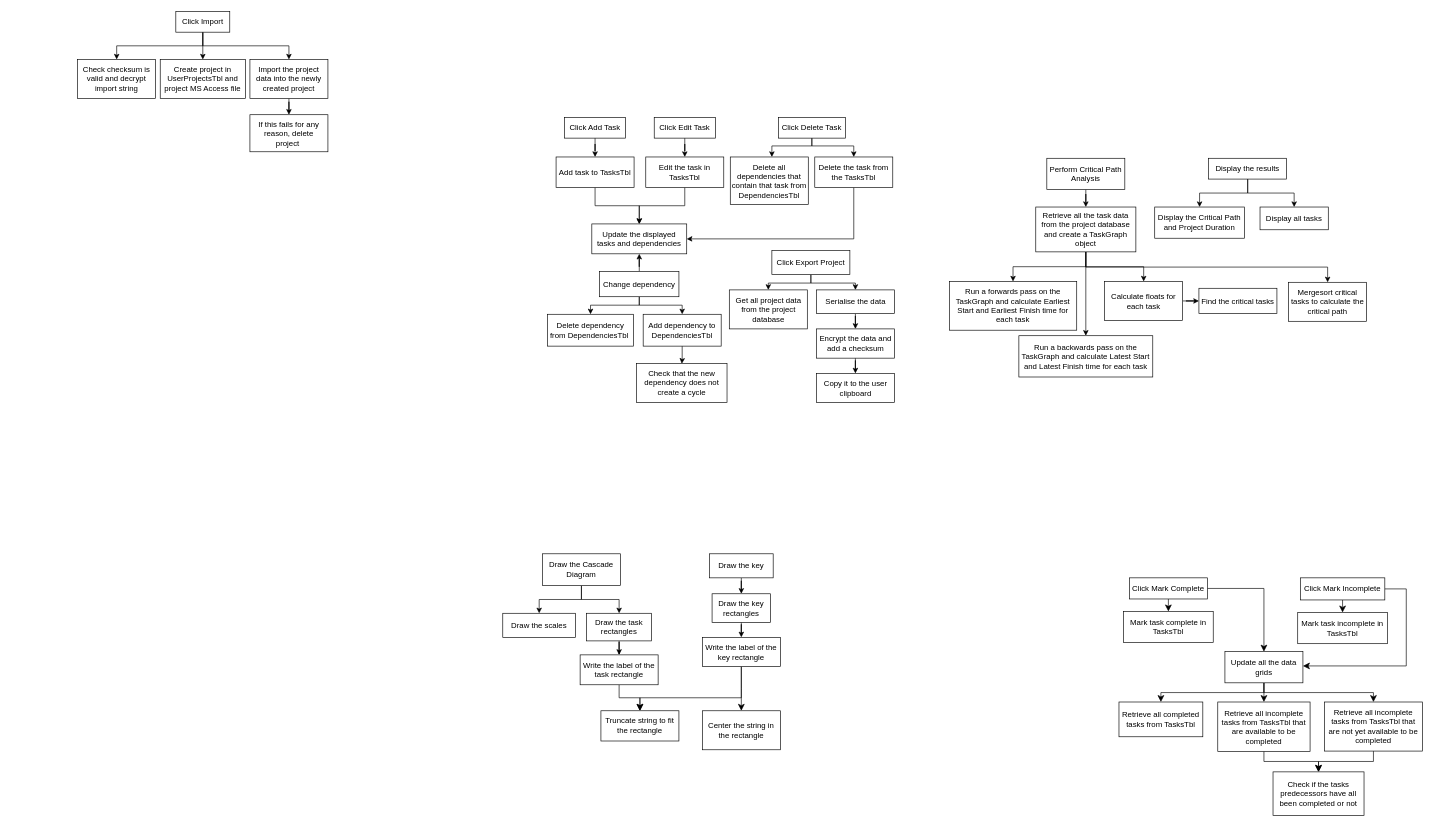
Earlier version of the draw.io diagram page "AbstractHeirarchyChart" (5 of 5) of Diagrams.drawio (Senacen/Critical-Path-Project-Manager-NEA-MS-Access). Source tidied: cells renumbered, new cells numbered last; positions are measured from the earlier drawing's top-left corner, leaving out a move shared by most shapes. Both pictures are drawn from the tidied source at 65%, with x=0, y=0 at pixel (77, 11).
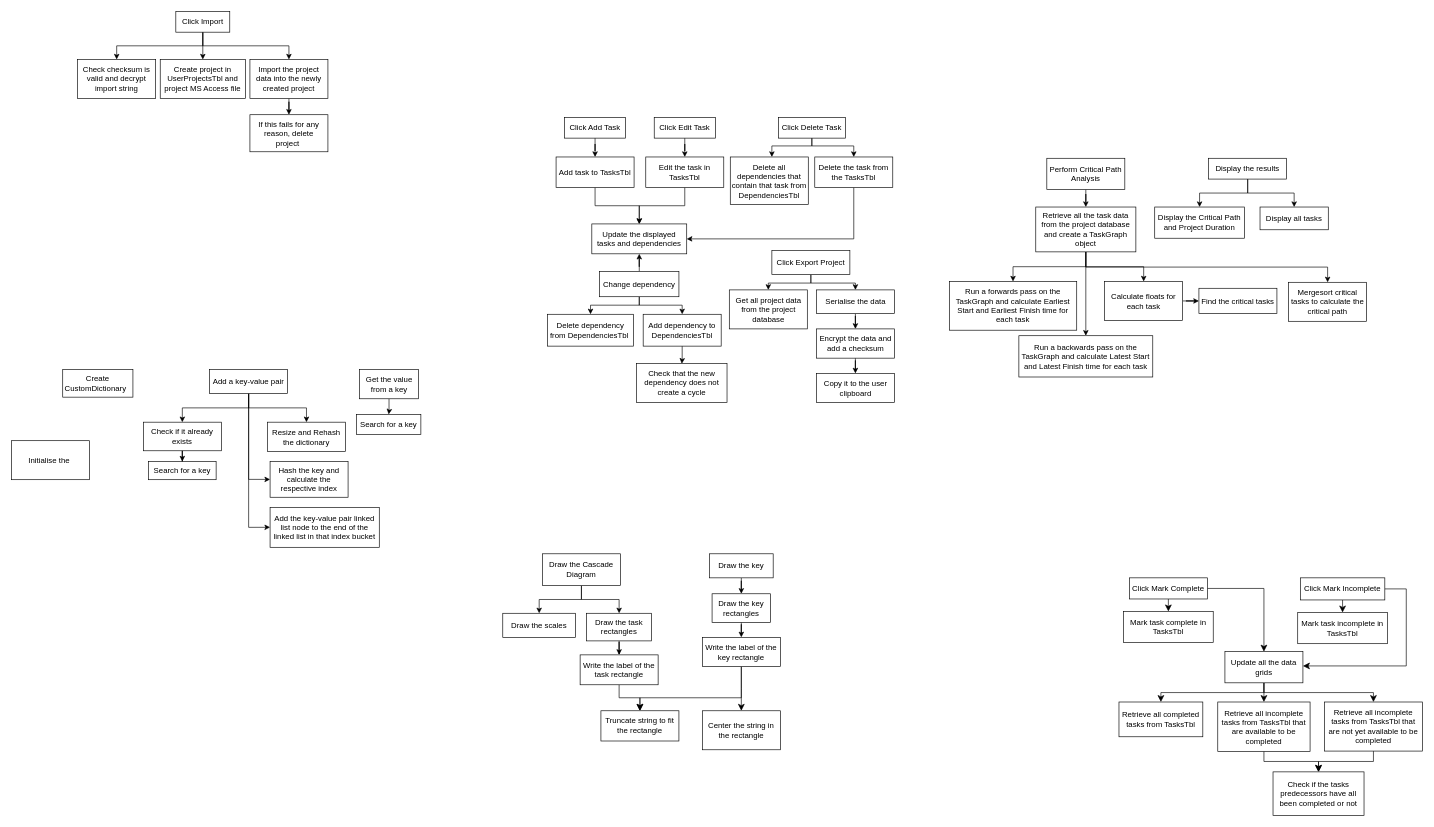
The same diagram, later.

What changed in the source:
```diff
@@
+    <mxCell id="96" value="Create CustomDictionary&amp;nbsp;&amp;nbsp;" style="rounded=0;whiteSpace=wrap;html=1;" parent="1" vertex="1">
+      <mxGeometry x="-23" y="551" width="108" height="42.5" as="geometry" />
+    </mxCell>
+    <mxCell id="97" style="edgeStyle=orthogonalEdgeStyle;rounded=0;jettySize=auto;html=1;" parent="1" edge="1" source="101" target="103">
+      <mxGeometry relative="1" as="geometry" />
+    </mxCell>
+    <mxCell id="98" style="edgeStyle=orthogonalEdgeStyle;rounded=0;jettySize=auto;html=1;" parent="1" edge="1" source="101" target="110">
+      <mxGeometry relative="1" as="geometry" />
+    </mxCell>
+    <mxCell id="99" style="edgeStyle=orthogonalEdgeStyle;rounded=0;jettySize=auto;html=1;entryX=0;entryY=0.5;entryDx=0;entryDy=0;" parent="1" edge="1" source="101" target="105">
+      <mxGeometry relative="1" as="geometry" />
+    </mxCell>
+    <mxCell id="100" style="edgeStyle=orthogonalEdgeStyle;rounded=0;jettySize=auto;html=1;entryX=0;entryY=0.5;entryDx=0;entryDy=0;" parent="1" edge="1" source="101" target="106">
+      <mxGeometry relative="1" as="geometry">
+        <Array as="points">
+          <mxPoint x="263" y="794" />
+        </Array>
+      </mxGeometry>
+    </mxCell>
+    <mxCell id="101" value="Add a key-value pair" style="rounded=0;whiteSpace=wrap;html=1;" parent="1" vertex="1">
+      <mxGeometry x="203" y="551" width="120" height="37" as="geometry" />
+    </mxCell>
+    <mxCell id="102" style="edgeStyle=orthogonalEdgeStyle;rounded=0;jettySize=auto;html=1;" parent="1" edge="1" source="103" target="104">
+      <mxGeometry relative="1" as="geometry" />
+    </mxCell>
+    <mxCell id="103" value="Check if it already exists" style="rounded=0;whiteSpace=wrap;html=1;" parent="1" vertex="1">
+      <mxGeometry x="101" y="632" width="120" height="44" as="geometry" />
+    </mxCell>
+    <mxCell id="104" value="Search for a key" style="rounded=0;whiteSpace=wrap;html=1;" parent="1" vertex="1">
+      <mxGeometry x="109" y="692.5" width="104" height="28" as="geometry" />
+    </mxCell>
+    <mxCell id="105" value="Hash the key and calculate the respective index" style="rounded=0;whiteSpace=wrap;html=1;" parent="1" vertex="1">
+      <mxGeometry x="296" y="692.5" width="120" height="55" as="geometry" />
+    </mxCell>
+    <mxCell id="106" value="Add the key-value pair linked list node to the end of the linked list in that index bucket" style="rounded=0;whiteSpace=wrap;html=1;" parent="1" vertex="1">
+      <mxGeometry x="296" y="763" width="168" height="61.5" as="geometry" />
+    </mxCell>
+    <mxCell id="107" style="edgeStyle=orthogonalEdgeStyle;rounded=0;jettySize=auto;html=1;" parent="1" edge="1" source="108" target="109">
+      <mxGeometry relative="1" as="geometry" />
+    </mxCell>
+    <mxCell id="108" value="Get the value from a key" style="rounded=0;whiteSpace=wrap;html=1;" parent="1" vertex="1">
+      <mxGeometry x="433.5" y="551" width="91" height="45" as="geometry" />
+    </mxCell>
+    <mxCell id="109" value="Search for a key" style="rounded=0;whiteSpace=wrap;html=1;" parent="1" vertex="1">
+      <mxGeometry x="429" y="620" width="99" height="31" as="geometry" />
+    </mxCell>
+    <mxCell id="110" value="Resize and Rehash the dictionary" style="rounded=0;whiteSpace=wrap;html=1;" parent="1" vertex="1">
+      <mxGeometry x="292" y="632" width="120" height="45" as="geometry" />
+    </mxCell>
+    <mxCell id="111" value="Initialise the&amp;nbsp;" style="rounded=0;whiteSpace=wrap;html=1;" parent="1" vertex="1">
+      <mxGeometry x="-102" y="660.5" width="120" height="60" as="geometry" />
+    </mxCell>
```
